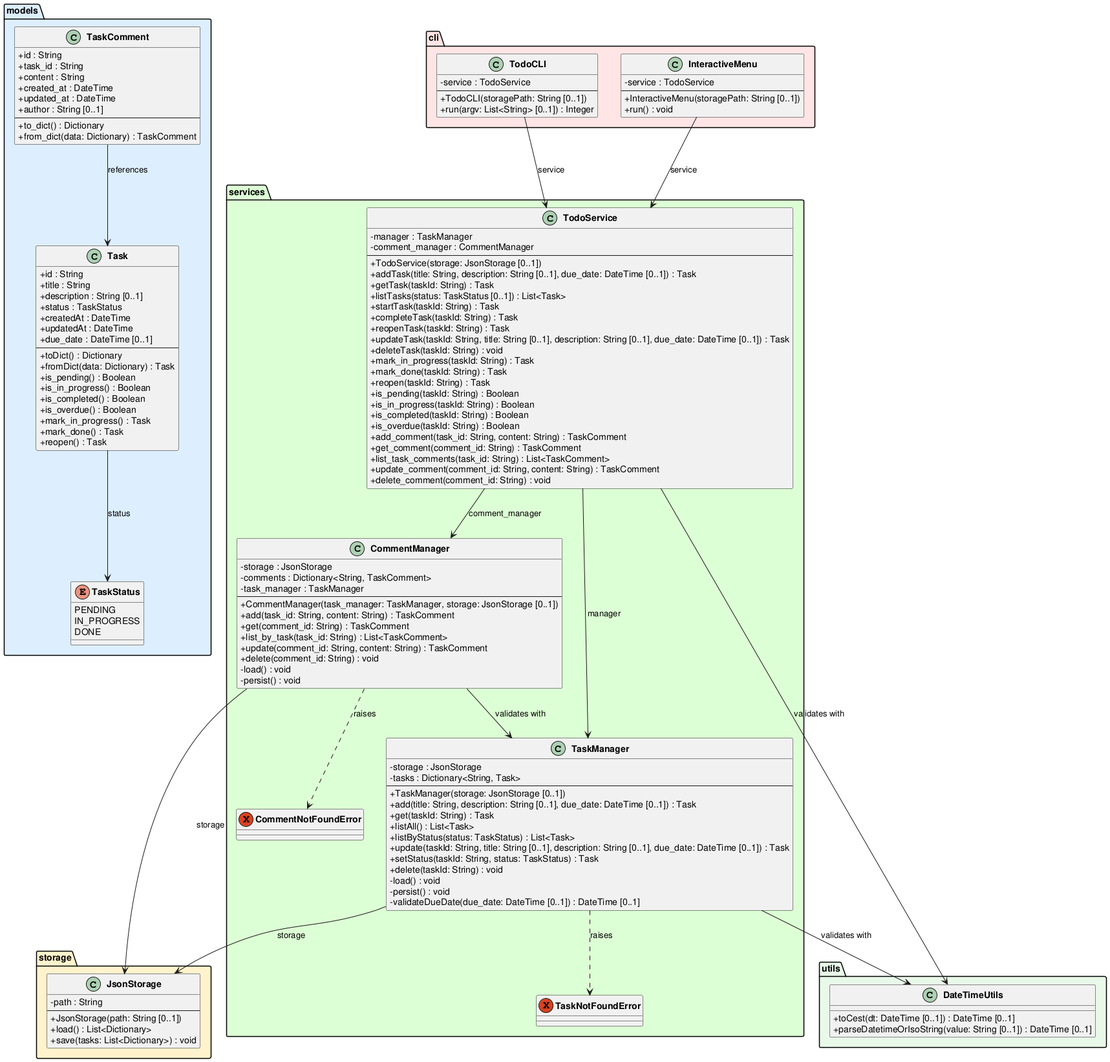
The PlantUML diagram experiments/supervisor_as_tools/user_stories/TODO/artifacts/class_diagram.png in DanielRiha8906/Software_autoevolution_using_agents, before a commit.
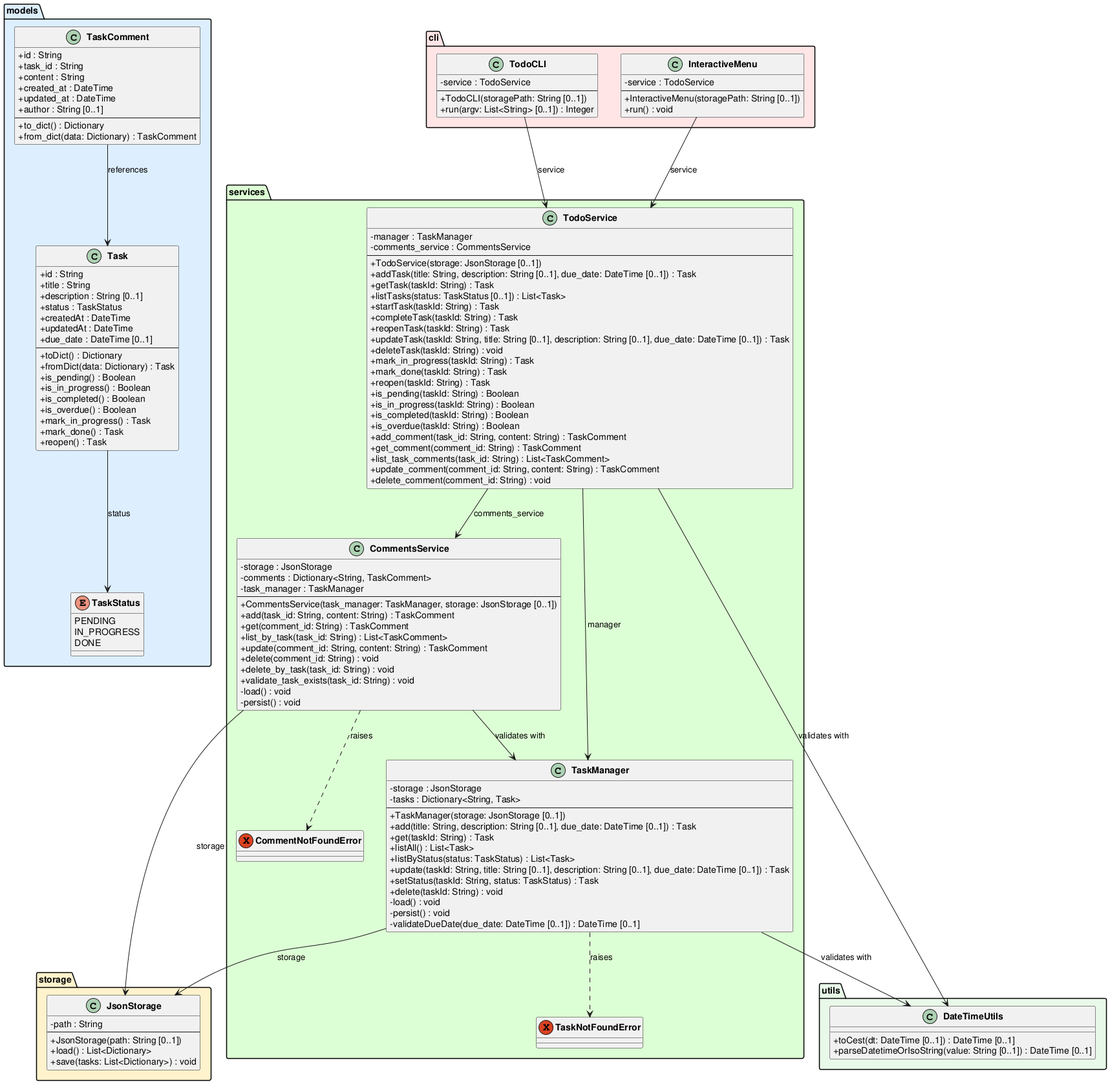
The same diagram one commit later.

What changed in the source:
```diff
@@ -81,24 +81,26 @@
         -validateDueDate(due_date: DateTime [0..1]) : DateTime [0..1]
     }
 
-    class CommentManager {
+    class CommentsService {
         -storage : JsonStorage
         -comments : Dictionary<String, TaskComment>
         -task_manager : TaskManager
         --
-        +CommentManager(task_manager: TaskManager, storage: JsonStorage [0..1])
+        +CommentsService(task_manager: TaskManager, storage: JsonStorage [0..1])
         +add(task_id: String, content: String) : TaskComment
         +get(comment_id: String) : TaskComment
         +list_by_task(task_id: String) : List<TaskComment>
         +update(comment_id: String, content: String) : TaskComment
         +delete(comment_id: String) : void
+        +delete_by_task(task_id: String) : void
+        +validate_task_exists(task_id: String) : void
         -load() : void
         -persist() : void
     }
 
     class TodoService {
         -manager : TaskManager
-        -comment_manager : CommentManager
+        -comments_service : CommentsService
         --
         +TodoService(storage: JsonStorage [0..1])
         +addTask(title: String, description: String [0..1], due_date: DateTime [0..1]) : Task
@@ -145,11 +147,11 @@
 TaskManager --> JsonStorage : storage
 TaskManager ..> TaskNotFoundError : raises
 TaskManager --> DateTimeUtils : validates with
-CommentManager --> JsonStorage : storage
-CommentManager --> TaskManager : validates with
-CommentManager ..> CommentNotFoundError : raises
+CommentsService --> JsonStorage : storage
+CommentsService --> TaskManager : validates with
+CommentsService ..> CommentNotFoundError : raises
 TodoService --> TaskManager : manager
-TodoService --> CommentManager : comment_manager
+TodoService --> CommentsService : comments_service
 TodoService --> DateTimeUtils : validates with
 TodoCLI --> TodoService : service
 InteractiveMenu --> TodoService : service
```
